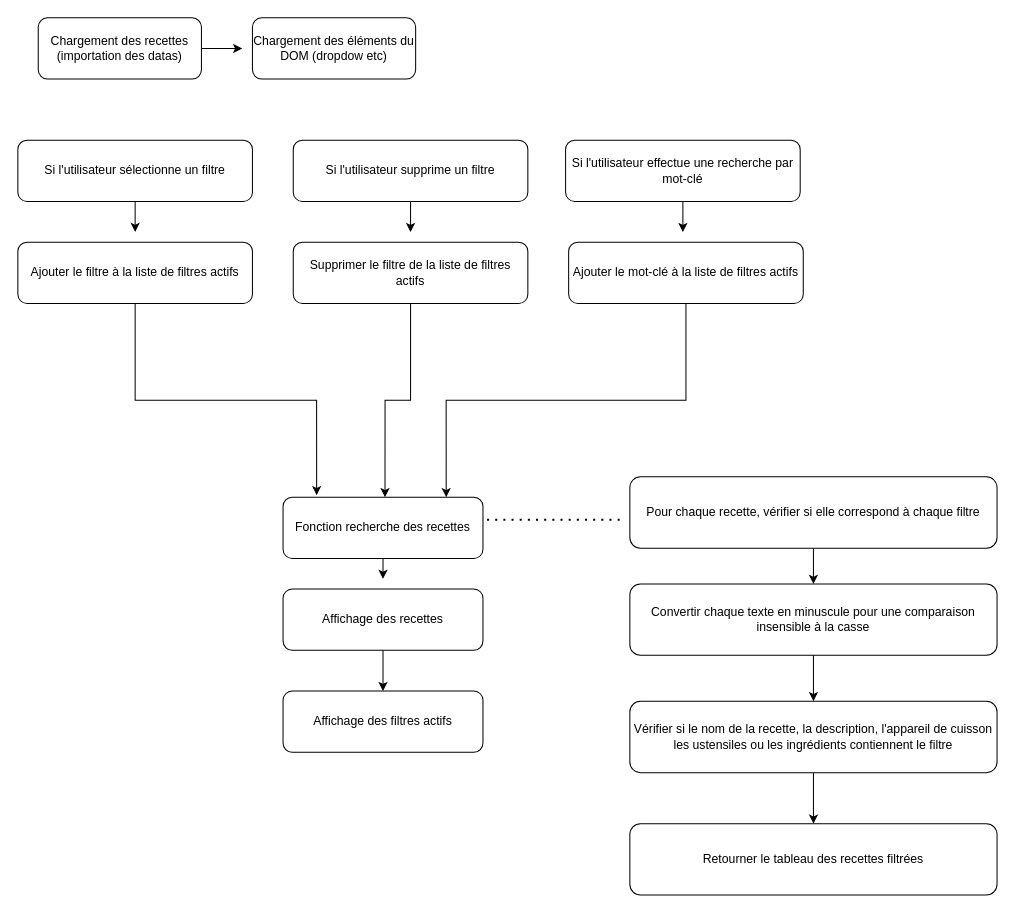
The draw.io diagram Algo.drawio in BodeFlorian/P7_Les_petits_plats, before the edit. Source tidied: cells renumbered, new cells numbered last; positions are measured from the earlier drawing's top-left corner, leaving out a move shared by most shapes. Both pictures are drawn from the tidied source at 102%, with x=0, y=0 at pixel (17, 17).
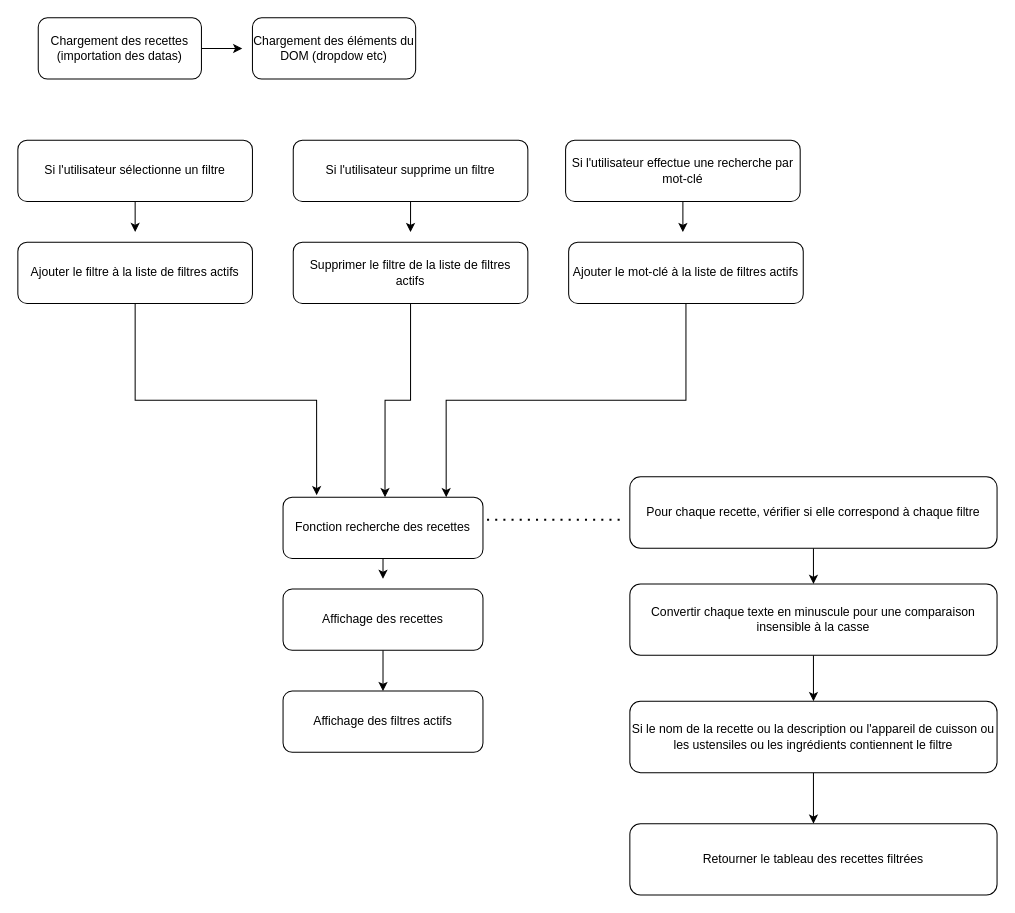
The same diagram, later.

Diff of the diagram source:
```diff
@@
-    <mxCell id="28" value="Vérifier si le nom de la recette, la description, l'appareil de cuisson les ustensiles ou les ingrédients contiennent le filtre" style="rounded=1;whiteSpace=wrap;html=1;" parent="1" vertex="1">
+    <mxCell id="28" value="Si le nom de la recette ou la description ou l'appareil de cuisson ou les ustensiles ou les ingrédients contiennent le filtre" style="rounded=1;whiteSpace=wrap;html=1;" parent="1" vertex="1">
       <mxGeometry x="600" y="670" width="360" height="70" as="geometry" />
     </mxCell>
```
